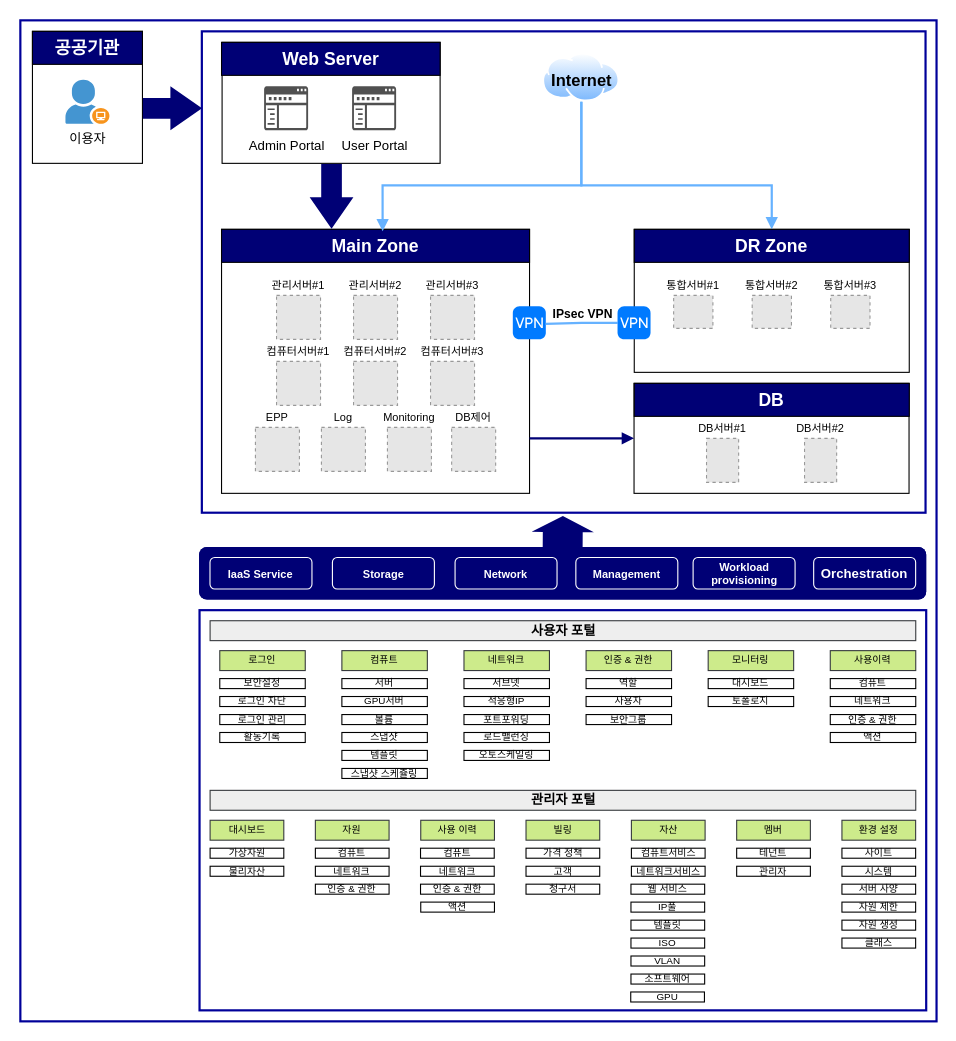
Above: G-Cloud IT_시스템 구성도_v.0.4_23.11.02.drawio in GoodNara/Architecture-Diagram (draw.io), before the change. Source tidied: cells renumbered, new cells numbered last; positions are measured from the earlier drawing's top-left corner, leaving out a move shared by most shapes. Both pictures are drawn from the tidied source at 110%, with x=0, y=0 at pixel (20, 20). Pictures stored in the file or linked from it are replaced by grey dashed boxes.
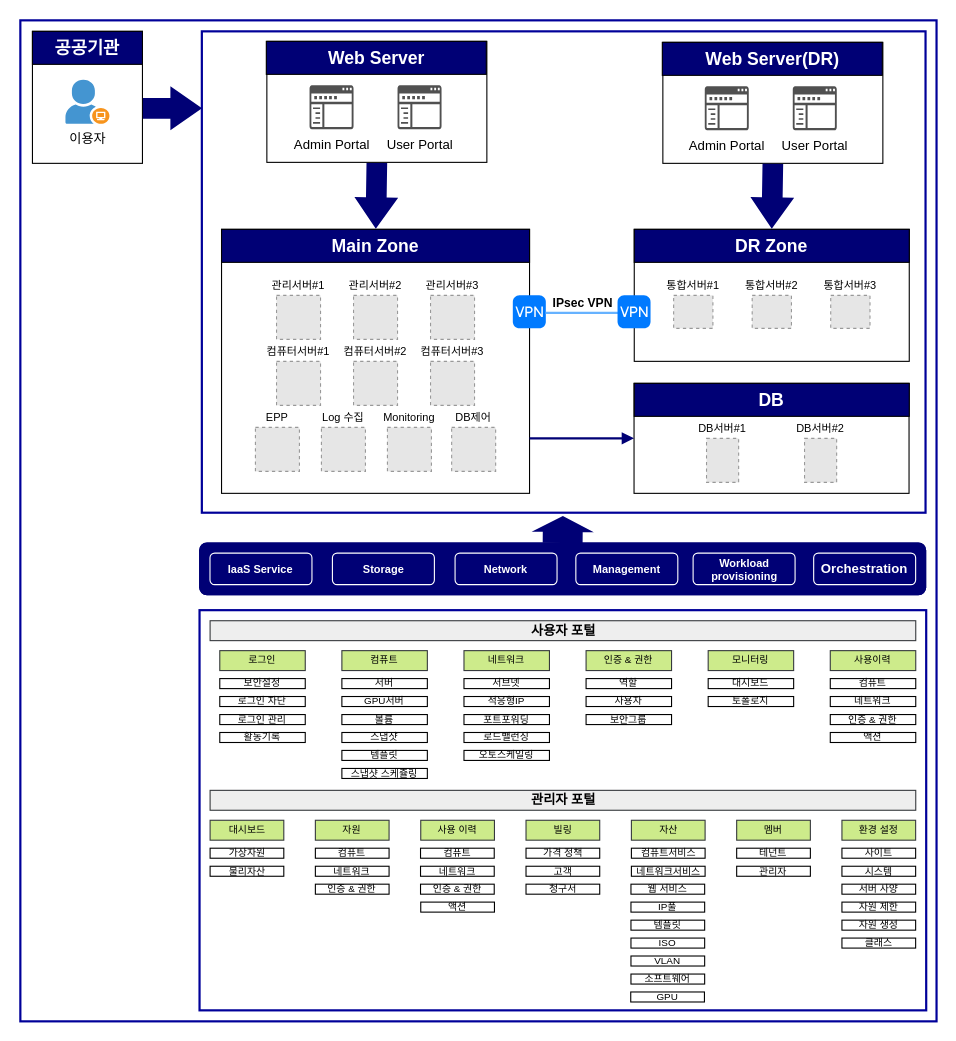
After the change.

Commit message:
G-Cloud IT_시스템 구성도_v.0.4_23.11.02.drawio이 추가되었습니다.

Unchanged cells that the change refers to:
```xml
<mxCell id="10" value="Main Zone" style="rounded=0;whiteSpace=wrap;html=1;fillColor=#000075;fontColor=#ffffff;fontStyle=1;fontSize=16;" parent="1" vertex="1">
  <mxGeometry x="182.9" y="190" width="280" height="30" as="geometry" />
</mxCell>
<mxCell id="28" value="DR Zone" style="rounded=0;whiteSpace=wrap;html=1;fillColor=#000075;fontColor=#ffffff;fontStyle=1;fontSize=16;" parent="1" vertex="1">
  <mxGeometry x="558.1" y="190" width="250" height="30" as="geometry" />
</mxCell>
<mxCell id="41" style="group;" parent="1" vertex="1">
  <mxGeometry x="162.5" y="450" width="661" height="450" as="geometry" />
</mxCell>
<mxCell id="43" style="rounded=1;whiteSpace=wrap;html=1;fillColor=#000075;strokeColor=none;fontColor=#000000;" parent="42" vertex="1">
  <mxGeometry width="661" height="47.9" as="geometry" />
</mxCell>
```

The edit, as a diff of the source:
```diff
@@
     <mxCell id="4" style="rounded=0;whiteSpace=wrap;html=1;fillColor=none;" parent="1" vertex="1">
-      <mxGeometry x="558.1" y="190" width="250" height="130" as="geometry" />
+      <mxGeometry x="558.1" y="190" width="250" height="120" as="geometry" />
     </mxCell>
@@
-    <mxCell id="18" value="Log" style="fillColor=#E6E6E6;strokeColor=#999999;dashed=1;verticalLabelPosition=top;labelBackgroundColor=none;verticalAlign=bottom;fontSize=10;labelPosition=center;align=center;" parent="1" vertex="1">
+    <mxCell id="18" value="Log 수집" style="fillColor=#E6E6E6;strokeColor=#999999;dashed=1;verticalLabelPosition=top;labelBackgroundColor=none;verticalAlign=bottom;fontSize=10;labelPosition=center;align=center;" parent="1" vertex="1">
       <mxGeometry x="273.7" y="370" width="40" height="40" as="geometry" />
     </mxCell>
@@
     <mxCell id="21" style="html=1;strokeWidth=1;shadow=0;dashed=0;shape=mxgraph.ios7.misc.vpn;fillColor=#007AFF;strokeColor=none;buttonText=;strokeColor2=#222222;fontColor=#222222;fontSize=8;verticalLabelPosition=bottom;verticalAlign=top;align=center;sketch=0;" parent="1" vertex="1">
-      <mxGeometry x="447.7" y="260" width="30" height="30" as="geometry" />
+      <mxGeometry x="447.7" y="250" width="30" height="30" as="geometry" />
     </mxCell>
-    <mxCell id="22" value="IPsec VPN" style="edgeStyle=orthogonalEdgeStyle;rounded=0;jettySize=auto;html=1;entryX=0.998;entryY=0.529;entryDx=0;entryDy=0;entryPerimeter=0;endArrow=none;endFill=0;strokeWidth=2;fillColor=#cce5ff;strokeColor=#66B2FF;labelBackgroundColor=none;labelPosition=center;verticalLabelPosition=top;align=center;verticalAlign=bottom;fontStyle=1;" parent="1" edge="1" source="25" target="21">
-      <mxGeometry relative="1" as="geometry" />
+    <mxCell id="22" value="IPsec VPN" style="edgeStyle=orthogonalEdgeStyle;rounded=0;jettySize=auto;html=1;entryX=0.996;entryY=0.533;entryDx=0;entryDy=0;entryPerimeter=0;endArrow=none;endFill=0;strokeWidth=2;fillColor=#cce5ff;strokeColor=#66B2FF;labelBackgroundColor=none;labelPosition=center;verticalLabelPosition=top;align=center;verticalAlign=bottom;fontStyle=1;exitX=0.041;exitY=0.497;exitDx=0;exitDy=0;exitPerimeter=0;" parent="1" edge="1" source="25" target="21">
+      <mxGeometry relative="1" as="geometry">
+        <Array as="points">
+          <mxPoint x="544" y="266" />
+        </Array>
+      </mxGeometry>
     </mxCell>
-    <mxCell id="23" style="edgeStyle=orthogonalEdgeStyle;rounded=0;jettySize=auto;html=1;entryX=0.523;entryY=0.059;entryDx=0;entryDy=0;endArrow=block;endFill=1;strokeColor=#66B2FF;strokeWidth=2;exitX=0.5;exitY=1;exitDx=0;exitDy=0;entryPerimeter=0;" parent="1" edge="1" source="24" target="10">
-      <mxGeometry relative="1" as="geometry">
-        <Array as="points">
-          <mxPoint x="509.9" y="150" />
-          <mxPoint x="328.9" y="150" />
-        </Array>
-      </mxGeometry>
-    </mxCell>
-    <mxCell id="24" value="Internet" style="image;perimeter=ellipsePerimeter;html=1;align=center;shadow=0;dashed=0;spacingTop=3;image=img/lib/active_directory/internet_cloud.svg;labelBackgroundColor=none;labelPosition=center;verticalLabelPosition=middle;verticalAlign=middle;fontStyle=1;fontSize=15;" parent="1" vertex="1">
-      <mxGeometry x="475" y="30" width="70" height="44.1" as="geometry" />
-    </mxCell>
     <mxCell id="25" style="html=1;strokeWidth=1;shadow=0;dashed=0;shape=mxgraph.ios7.misc.vpn;fillColor=#007AFF;strokeColor=none;buttonText=;strokeColor2=#222222;fontColor=#222222;fontSize=8;verticalLabelPosition=bottom;verticalAlign=top;align=center;sketch=0;" parent="1" vertex="1">
-      <mxGeometry x="542.9" y="260" width="30" height="30" as="geometry" />
+      <mxGeometry x="542.9" y="250" width="30" height="30" as="geometry" />
     </mxCell>
-    <mxCell id="26" style="edgeStyle=orthogonalEdgeStyle;rounded=0;jettySize=auto;html=1;entryX=0.5;entryY=0;entryDx=0;entryDy=0;endArrow=block;endFill=1;strokeColor=#66B2FF;strokeWidth=2;exitX=0.5;exitY=1;exitDx=0;exitDy=0;" parent="1" edge="1" source="24" target="4">
-      <mxGeometry relative="1" as="geometry">
-        <Array as="points">
-          <mxPoint x="509.9" y="150" />
-          <mxPoint x="682.9" y="150" />
-        </Array>
-      </mxGeometry>
-    </mxCell>
-    <mxCell id="27" style="shape=flexArrow;endArrow=classic;html=1;rounded=0;fillColor=#000075;strokeColor=none;width=18.77777777777778;endSize=9.203333333333333;entryX=0.25;entryY=0;entryDx=0;entryDy=0;" parent="1" edge="1">
-      <mxGeometry relative="1" as="geometry">
-        <mxPoint x="282.9" y="130" as="sourcePoint" />
-        <mxPoint x="282.9" y="190" as="targetPoint" />
-      </mxGeometry>
+    <mxCell id="27" style="shape=flexArrow;endArrow=classic;html=1;rounded=0;fillColor=#000075;strokeColor=none;width=18.77777777777778;endSize=9.203333333333333;exitX=0.5;exitY=1;exitDx=0;exitDy=0;" parent="1" edge="1" source="37" target="10">
+      <mxGeometry relative="1" as="geometry" />
     </mxCell>
@@
     <mxCell id="37" style="rounded=0;whiteSpace=wrap;html=1;fillColor=none;" parent="1" vertex="1">
-      <mxGeometry x="183.4" y="20" width="198.2" height="110" as="geometry" />
+      <mxGeometry x="224.1" y="19.1" width="200" height="110" as="geometry" />
     </mxCell>
     <mxCell id="38" value="Web Server" style="rounded=0;whiteSpace=wrap;html=1;fillColor=#000075;fontColor=#ffffff;fontStyle=1;fontSize=16;" parent="1" vertex="1">
-      <mxGeometry x="182.9" y="20" width="198.7" height="30" as="geometry" />
+      <mxGeometry x="223.6" y="19.1" width="200" height="30" as="geometry" />
     </mxCell>
     <mxCell id="39" value="Admin Portal" style="sketch=0;shadow=0;dashed=0;html=1;strokeColor=none;labelPosition=center;verticalLabelPosition=bottom;verticalAlign=top;align=center;fillColor=#505050;shape=mxgraph.mscae.intune.company_portal;" parent="1" vertex="1">
-      <mxGeometry x="221.6" y="60" width="40" height="40" as="geometry" />
+      <mxGeometry x="262.9" y="59.1" width="40" height="40" as="geometry" />
     </mxCell>
     <mxCell id="40" value="User Portal" style="sketch=0;shadow=0;dashed=0;html=1;strokeColor=none;labelPosition=center;verticalLabelPosition=bottom;verticalAlign=top;align=center;fillColor=#505050;shape=mxgraph.mscae.intune.company_portal;" parent="1" vertex="1">
-      <mxGeometry x="301.6" y="60" width="40" height="40" as="geometry" />
+      <mxGeometry x="342.9" y="59.1" width="40" height="40" as="geometry" />
     </mxCell>
@@
     <mxCell id="42" style="group;fontSize=10;fillColor=#000075;rounded=1;" parent="41" vertex="1">
-      <mxGeometry y="28.7" width="661" height="47.9" as="geometry" />
+      <mxGeometry y="24.7" width="661" height="47.9" as="geometry" />
     </mxCell>
@@
-    <mxCell id="50" style="shape=flexArrow;endArrow=classic;html=1;rounded=1;entryX=0.5;entryY=1;entryDx=0;entryDy=0;strokeColor=none;fillColor=#000075;exitX=0.5;exitY=0.035;exitDx=0;exitDy=0;exitPerimeter=0;gradientColor=none;shadow=0;endWidth=19.30232558139535;endSize=4.553488372093023;width=36.27906976744186;" parent="41" edge="1" source="43">
+    <mxCell id="50" style="shape=flexArrow;endArrow=classic;html=1;rounded=1;entryX=0.5;entryY=1;entryDx=0;entryDy=0;strokeColor=none;fillColor=#000075;exitX=0.5;exitY=0.02;exitDx=0;exitDy=0;exitPerimeter=0;gradientColor=none;shadow=0;endWidth=19.30232558139535;endSize=4.553488372093023;width=36.27906976744186;" parent="41" edge="1" source="43">
       <mxGeometry relative="1" as="geometry">
         <mxPoint x="330.7" as="targetPoint" />
       </mxGeometry>
     </mxCell>
@@
+    <mxCell id="121" style="rounded=0;whiteSpace=wrap;html=1;fillColor=none;" parent="1" vertex="1">
+      <mxGeometry x="584.1" y="20" width="200" height="110" as="geometry" />
+    </mxCell>
+    <mxCell id="122" value="Web Server(DR)" style="rounded=0;whiteSpace=wrap;html=1;fillColor=#000075;fontColor=#ffffff;fontStyle=1;fontSize=16;" parent="1" vertex="1">
+      <mxGeometry x="583.6" y="20" width="200" height="30" as="geometry" />
+    </mxCell>
+    <mxCell id="123" value="Admin Portal" style="sketch=0;shadow=0;dashed=0;html=1;strokeColor=none;labelPosition=center;verticalLabelPosition=bottom;verticalAlign=top;align=center;fillColor=#505050;shape=mxgraph.mscae.intune.company_portal;" parent="1" vertex="1">
+      <mxGeometry x="622.2" y="60" width="40" height="40" as="geometry" />
+    </mxCell>
+    <mxCell id="124" value="User Portal" style="sketch=0;shadow=0;dashed=0;html=1;strokeColor=none;labelPosition=center;verticalLabelPosition=bottom;verticalAlign=top;align=center;fillColor=#505050;shape=mxgraph.mscae.intune.company_portal;" parent="1" vertex="1">
+      <mxGeometry x="702.2" y="60" width="40" height="40" as="geometry" />
+    </mxCell>
+    <mxCell id="125" style="shape=flexArrow;endArrow=classic;html=1;rounded=0;fillColor=#000075;strokeColor=none;width=18.77777777777778;endSize=9.203333333333333;entryX=0.5;entryY=0;entryDx=0;entryDy=0;exitX=0.5;exitY=1;exitDx=0;exitDy=0;" parent="1" edge="1" source="121" target="28">
+      <mxGeometry relative="1" as="geometry" />
+    </mxCell>
```
